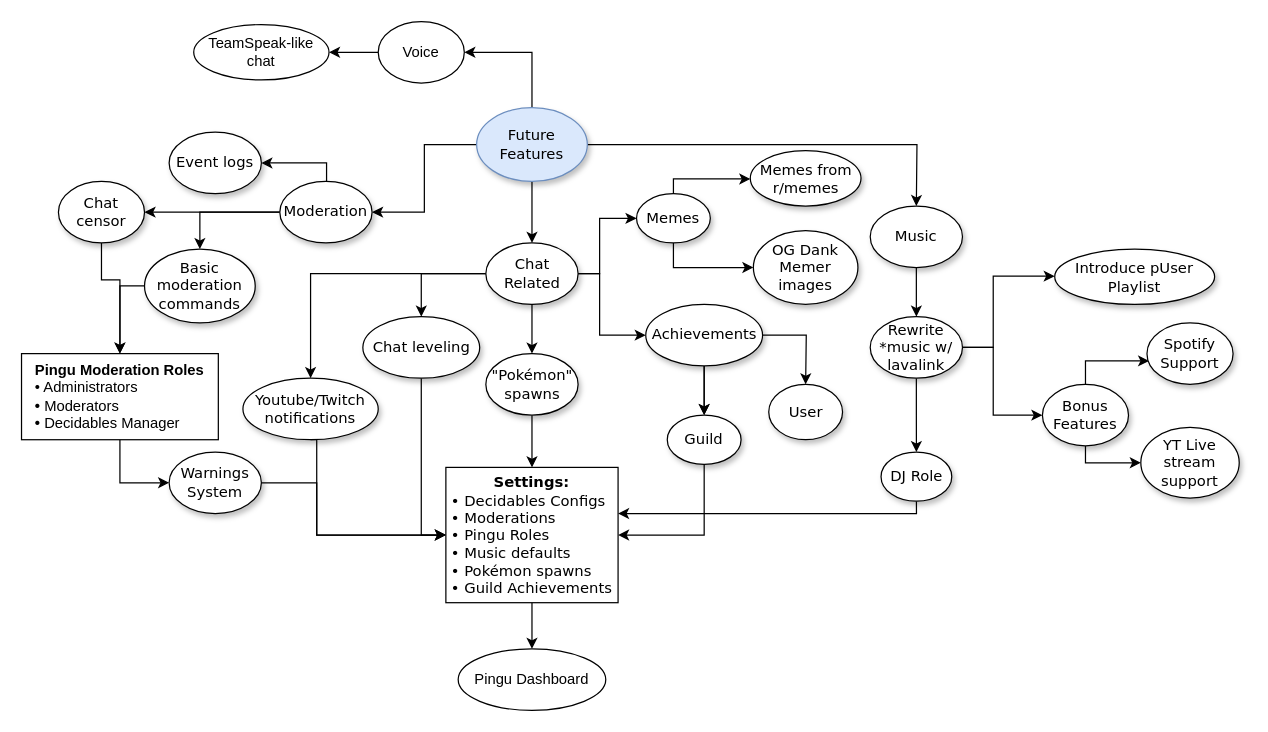
DanielSimonsen90/Pingu--Classic keeps this draw.io diagram as Planning/Pingu Plan.drawio. Above is the earlier version. Source tidied: cells renumbered, new cells numbered last; positions are measured from the earlier drawing's top-left corner, leaving out a move shared by most shapes. Both pictures are drawn from the tidied source at 123%, with x=0, y=0 at pixel (21, 21).
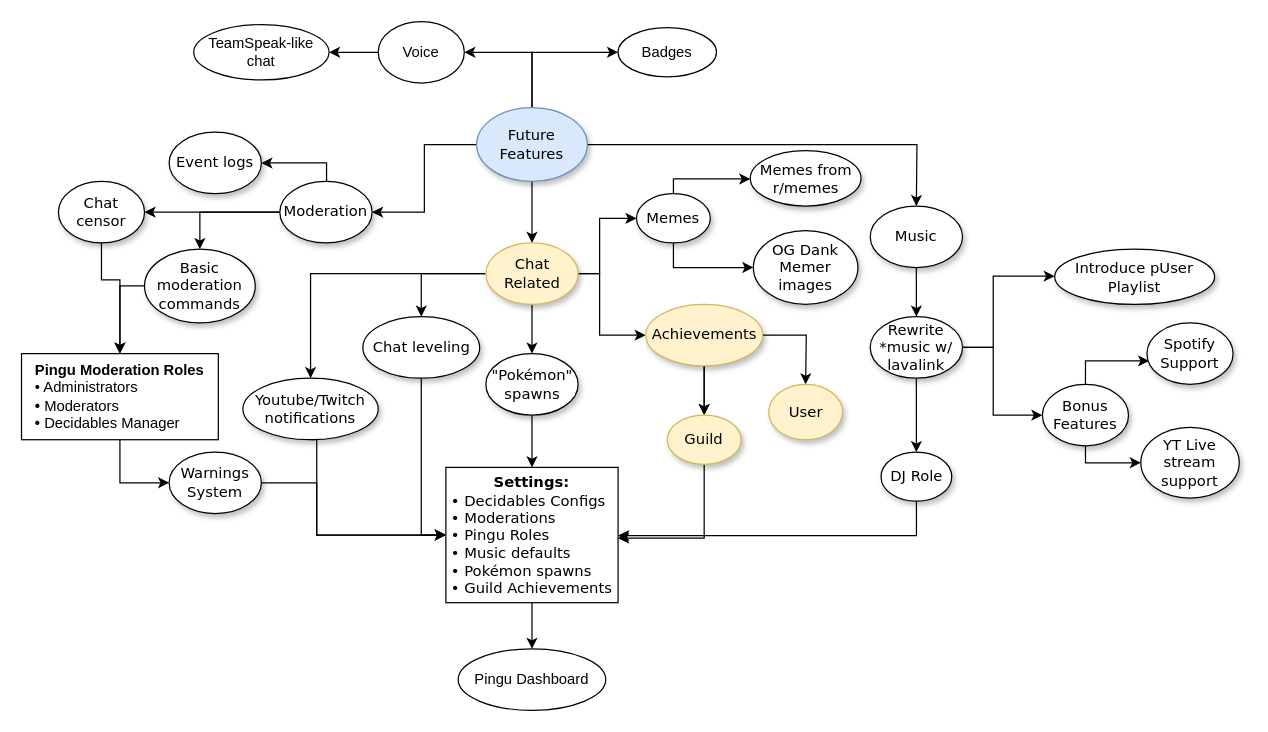
After the change.

Unchanged cells that the change refers to:
```xml
<mxCell id="6" value="Future Features" style="ellipse;whiteSpace=wrap;html=1;rounded=0;shadow=1;comic=0;labelBackgroundColor=none;strokeWidth=1;fontFamily=Verdana;fontSize=12;align=center;fillColor=#dae8fc;strokeColor=#6c8ebf;" parent="1" vertex="1">
  <mxGeometry x="370" y="70" width="90" height="60" as="geometry" />
</mxCell>
<mxCell id="38" value="&lt;b&gt;&lt;span style=&quot;font-family: &amp;#34;verdana&amp;#34;&quot;&gt;Settings:&lt;/span&gt;&lt;br style=&quot;font-family: &amp;#34;verdana&amp;#34;&quot;&gt;&lt;div style=&quot;text-align: left&quot;&gt;&lt;span style=&quot;font-family: &amp;#34;verdana&amp;#34; ; font-weight: normal&quot;&gt;• Decidables Configs&lt;/span&gt;&lt;/div&gt;&lt;/b&gt;&lt;span style=&quot;font-family: &amp;#34;verdana&amp;#34;&quot;&gt;&lt;div style=&quot;text-align: left&quot;&gt;&lt;span&gt;• Moderations&lt;/span&gt;&lt;/div&gt;&lt;div style=&quot;text-align: left&quot;&gt;&lt;span&gt;• Pingu Roles&lt;/span&gt;&lt;/div&gt;&lt;/span&gt;&lt;span style=&quot;font-family: &amp;#34;verdana&amp;#34;&quot;&gt;&lt;div style=&quot;text-align: left&quot;&gt;&lt;span&gt;• Music defaults&lt;/span&gt;&lt;/div&gt;&lt;/span&gt;&lt;div style=&quot;text-align: left ; font-family: &amp;#34;verdana&amp;#34;&quot;&gt;• Pokémon spawns&lt;/div&gt;&lt;div style=&quot;text-align: left ; font-family: &amp;#34;verdana&amp;#34;&quot;&gt;• Guild Achievements&lt;/div&gt;" style="whiteSpace=wrap;html=1;strokeColor=#000000;align=center;" parent="1" vertex="1">
  <mxGeometry x="345" y="362.5" width="140" height="110" as="geometry" />
</mxCell>
<mxCell id="41" value="DJ Role" style="ellipse;whiteSpace=wrap;html=1;rounded=0;shadow=1;comic=0;labelBackgroundColor=none;strokeWidth=1;fontFamily=Verdana;fontSize=12;align=center;" parent="1" vertex="1">
  <mxGeometry x="698.8" y="350" width="57.5" height="40" as="geometry" />
</mxCell>
```

What changed in the source:
```diff
@@
+    <mxCell id="64" style="edgeStyle=orthogonalEdgeStyle;rounded=0;jettySize=auto;html=1;exitX=0.5;exitY=0;exitDx=0;exitDy=0;entryX=0;entryY=0.5;entryDx=0;entryDy=0;" parent="1" edge="1" source="6" target="65">
+      <mxGeometry relative="1" as="geometry" />
+    </mxCell>
@@
-    <mxCell id="12" value="&lt;span&gt;Chat Related&lt;/span&gt;" style="ellipse;whiteSpace=wrap;html=1;rounded=0;shadow=1;comic=0;labelBackgroundColor=none;strokeWidth=1;fontFamily=Verdana;fontSize=12;align=center;" parent="1" vertex="1">
+    <mxCell id="12" value="&lt;span&gt;Chat Related&lt;/span&gt;" style="ellipse;whiteSpace=wrap;html=1;rounded=0;shadow=1;comic=0;labelBackgroundColor=none;strokeWidth=1;fontFamily=Verdana;fontSize=12;align=center;fillColor=#fff2cc;strokeColor=#d6b656;" parent="1" vertex="1">
       <mxGeometry x="377.5" y="180" width="75" height="50" as="geometry" />
     </mxCell>
@@
-    <mxCell id="17" value="Achievements" style="ellipse;whiteSpace=wrap;html=1;rounded=0;shadow=1;comic=0;labelBackgroundColor=none;strokeWidth=1;fontFamily=Verdana;fontSize=12;align=center;" parent="1" vertex="1">
+    <mxCell id="17" value="Achievements" style="ellipse;whiteSpace=wrap;html=1;rounded=0;shadow=1;comic=0;labelBackgroundColor=none;strokeWidth=1;fontFamily=Verdana;fontSize=12;align=center;fillColor=#fff2cc;strokeColor=#d6b656;" parent="1" vertex="1">
       <mxGeometry x="507.5" y="230" width="95" height="50" as="geometry" />
     </mxCell>
@@
-    <mxCell id="39" value="User" style="ellipse;whiteSpace=wrap;html=1;rounded=0;shadow=1;comic=0;labelBackgroundColor=none;strokeWidth=1;fontFamily=Verdana;fontSize=12;align=center;" parent="1" vertex="1">
+    <mxCell id="39" value="User" style="ellipse;whiteSpace=wrap;html=1;rounded=0;shadow=1;comic=0;labelBackgroundColor=none;strokeWidth=1;fontFamily=Verdana;fontSize=12;align=center;fillColor=#fff2cc;strokeColor=#d6b656;" parent="1" vertex="1">
       <mxGeometry x="607.5" y="295" width="60" height="45" as="geometry" />
     </mxCell>
     <mxCell id="40" style="edgeStyle=orthogonalEdgeStyle;rounded=0;jettySize=auto;html=1;" parent="1" edge="1" source="41" target="38">
       <mxGeometry relative="1" as="geometry">
         <Array as="points">
-          <mxPoint x="728" y="400" />
+          <mxPoint x="728" y="418" />
         </Array>
       </mxGeometry>
     </mxCell>
@@
-    <mxCell id="42" style="edgeStyle=orthogonalEdgeStyle;rounded=0;jettySize=auto;html=1;exitX=0.5;exitY=1;exitDx=0;exitDy=0;entryX=1;entryY=0.5;entryDx=0;entryDy=0;" parent="1" edge="1" source="43" target="38">
-      <mxGeometry relative="1" as="geometry" />
+    <mxCell id="42" style="edgeStyle=orthogonalEdgeStyle;rounded=0;jettySize=auto;html=1;exitX=0.5;exitY=1;exitDx=0;exitDy=0;" parent="1" edge="1" source="43">
+      <mxGeometry relative="1" as="geometry">
+        <mxPoint x="485" y="420" as="targetPoint" />
+        <Array as="points">
+          <mxPoint x="555" y="420" />
+        </Array>
+      </mxGeometry>
     </mxCell>
-    <mxCell id="43" value="Guild" style="ellipse;whiteSpace=wrap;html=1;rounded=0;shadow=1;comic=0;labelBackgroundColor=none;strokeWidth=1;fontFamily=Verdana;fontSize=12;align=center;" parent="1" vertex="1">
+    <mxCell id="43" value="Guild" style="ellipse;whiteSpace=wrap;html=1;rounded=0;shadow=1;comic=0;labelBackgroundColor=none;strokeWidth=1;fontFamily=Verdana;fontSize=12;align=center;fillColor=#fff2cc;strokeColor=#d6b656;" parent="1" vertex="1">
       <mxGeometry x="525" y="320" width="60" height="40" as="geometry" />
     </mxCell>
@@
+    <mxCell id="65" value="Badges" style="ellipse;whiteSpace=wrap;html=1;" parent="1" vertex="1">
+      <mxGeometry x="485" y="5" width="80" height="40" as="geometry" />
+    </mxCell>
```
